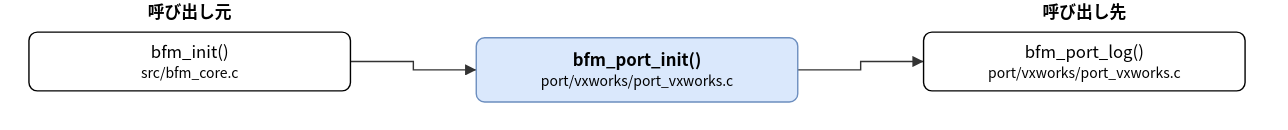
Before: doc/spec/images/call_port_vxworks_port_vxworks-bfm_port_init.drawio.svg, a diagram exported from draw.io (hf355051012-ai/bfmem). Source tidied: cells renumbered, new cells last; positions are measured from the earlier drawing's top-left corner, leaving out a move shared by most shapes. Source of this version:
```xml
<mxGraphModel>
  <root>
    <mxCell id="0" />
    <mxCell id="1" parent="0" />
    <mxCell id="2" value="bfm_port_init()&lt;br&gt;&lt;font style=&quot;font-size:10px&quot;&gt;port/vxworks/port_vxworks.c&lt;/font&gt;" style="rounded=1;whiteSpace=wrap;html=1;fillColor=#dae8fc;strokeColor=#6c8ebf;fontStyle=1;" parent="1" vertex="1">
      <mxGeometry x="320" y="27" width="230" height="46" as="geometry" />
    </mxCell>
    <mxCell id="3" value="bfm_init()&lt;br&gt;&lt;font style=&quot;font-size:10px&quot;&gt;src/bfm_core.c&lt;/font&gt;" style="rounded=1;whiteSpace=wrap;html=1;" parent="1" vertex="1">
      <mxGeometry y="23" width="230" height="42" as="geometry" />
    </mxCell>
    <mxCell id="4" value="bfm_port_log()&lt;br&gt;&lt;font style=&quot;font-size:10px&quot;&gt;port/vxworks/port_vxworks.c&lt;/font&gt;" style="rounded=1;whiteSpace=wrap;html=1;" parent="1" vertex="1">
      <mxGeometry x="640" y="23" width="230" height="42" as="geometry" />
    </mxCell>
    <mxCell id="5" style="edgeStyle=none;html=1;rounded=0;endArrow=block;endFill=1;exitX=1.0000;exitY=0.5000;exitDx=0;exitDy=0;exitPerimeter=0;entryX=0.0000;entryY=0.5000;entryDx=0;entryDy=0;entryPerimeter=0;" parent="1" edge="1" source="3" target="2">
      <mxGeometry relative="1" as="geometry">
        <Array as="points">
          <mxPoint x="275" y="44" />
          <mxPoint x="275" y="50" />
        </Array>
      </mxGeometry>
    </mxCell>
    <mxCell id="6" style="edgeStyle=none;html=1;rounded=0;endArrow=block;endFill=1;exitX=1.0000;exitY=0.5000;exitDx=0;exitDy=0;exitPerimeter=0;entryX=0.0000;entryY=0.5000;entryDx=0;entryDy=0;entryPerimeter=0;" parent="1" edge="1" source="2" target="4">
      <mxGeometry relative="1" as="geometry">
        <Array as="points">
          <mxPoint x="595" y="50" />
          <mxPoint x="595" y="44" />
        </Array>
      </mxGeometry>
    </mxCell>
    <mxCell id="7" value="呼び出し元" style="text;html=1;align=center;fontStyle=1;" parent="1" vertex="1">
      <mxGeometry x="35" width="160" height="18" as="geometry" />
    </mxCell>
    <mxCell id="8" value="呼び出し先" style="text;html=1;align=center;fontStyle=1;" parent="1" vertex="1">
      <mxGeometry x="675" width="160" height="18" as="geometry" />
    </mxCell>
  </root>
</mxGraphModel>
```
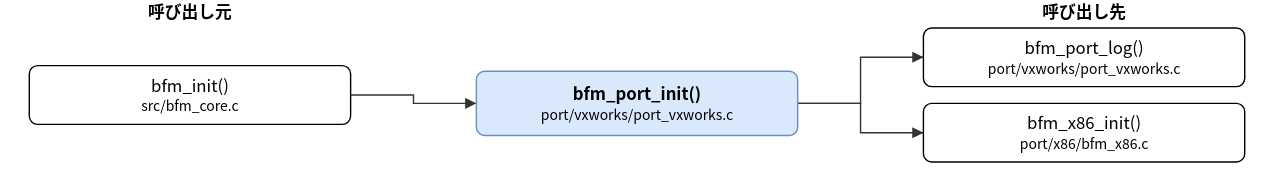
The same diagram one commit later.

The edit, as a diff of the source:
```diff
@@ -3,30 +3,41 @@
     <mxCell id="0" />
     <mxCell id="1" parent="0" />
     <mxCell id="2" value="bfm_port_init()&lt;br&gt;&lt;font style=&quot;font-size:10px&quot;&gt;port/vxworks/port_vxworks.c&lt;/font&gt;" style="rounded=1;whiteSpace=wrap;html=1;fillColor=#dae8fc;strokeColor=#6c8ebf;fontStyle=1;" parent="1" vertex="1">
-      <mxGeometry x="320" y="27" width="230" height="46" as="geometry" />
+      <mxGeometry x="320" y="51" width="230" height="46" as="geometry" />
     </mxCell>
     <mxCell id="3" value="bfm_init()&lt;br&gt;&lt;font style=&quot;font-size:10px&quot;&gt;src/bfm_core.c&lt;/font&gt;" style="rounded=1;whiteSpace=wrap;html=1;" parent="1" vertex="1">
-      <mxGeometry y="23" width="230" height="42" as="geometry" />
+      <mxGeometry y="47" width="230" height="42" as="geometry" />
     </mxCell>
     <mxCell id="4" value="bfm_port_log()&lt;br&gt;&lt;font style=&quot;font-size:10px&quot;&gt;port/vxworks/port_vxworks.c&lt;/font&gt;" style="rounded=1;whiteSpace=wrap;html=1;" parent="1" vertex="1">
-      <mxGeometry x="640" y="23" width="230" height="42" as="geometry" />
+      <mxGeometry x="640" y="20" width="230" height="42" as="geometry" />
     </mxCell>
+    <mxCell id="9" value="bfm_x86_init()&lt;br&gt;&lt;font style=&quot;font-size:10px&quot;&gt;port/x86/bfm_x86.c&lt;/font&gt;" style="rounded=1;whiteSpace=wrap;html=1;" parent="1" vertex="1">
+      <mxGeometry x="640" y="74" width="230" height="42" as="geometry" />
+    </mxCell>
     <mxCell id="5" style="edgeStyle=none;html=1;rounded=0;endArrow=block;endFill=1;exitX=1.0000;exitY=0.5000;exitDx=0;exitDy=0;exitPerimeter=0;entryX=0.0000;entryY=0.5000;entryDx=0;entryDy=0;entryPerimeter=0;" parent="1" edge="1" source="3" target="2">
       <mxGeometry relative="1" as="geometry">
         <Array as="points">
-          <mxPoint x="275" y="44" />
-          <mxPoint x="275" y="50" />
+          <mxPoint x="275" y="68" />
+          <mxPoint x="275" y="74" />
         </Array>
       </mxGeometry>
     </mxCell>
     <mxCell id="6" style="edgeStyle=none;html=1;rounded=0;endArrow=block;endFill=1;exitX=1.0000;exitY=0.5000;exitDx=0;exitDy=0;exitPerimeter=0;entryX=0.0000;entryY=0.5000;entryDx=0;entryDy=0;entryPerimeter=0;" parent="1" edge="1" source="2" target="4">
       <mxGeometry relative="1" as="geometry">
         <Array as="points">
-          <mxPoint x="595" y="50" />
-          <mxPoint x="595" y="44" />
+          <mxPoint x="595" y="74" />
+          <mxPoint x="595" y="41" />
         </Array>
       </mxGeometry>
     </mxCell>
+    <mxCell id="10" style="edgeStyle=none;html=1;rounded=0;endArrow=block;endFill=1;exitX=1.0000;exitY=0.5000;exitDx=0;exitDy=0;exitPerimeter=0;entryX=0.0000;entryY=0.5000;entryDx=0;entryDy=0;entryPerimeter=0;" parent="1" edge="1" source="2" target="9">
+      <mxGeometry relative="1" as="geometry">
+        <Array as="points">
+          <mxPoint x="595" y="74" />
+          <mxPoint x="595" y="95" />
+        </Array>
+      </mxGeometry>
+    </mxCell>
     <mxCell id="7" value="呼び出し元" style="text;html=1;align=center;fontStyle=1;" parent="1" vertex="1">
       <mxGeometry x="35" width="160" height="18" as="geometry" />
     </mxCell>
```
